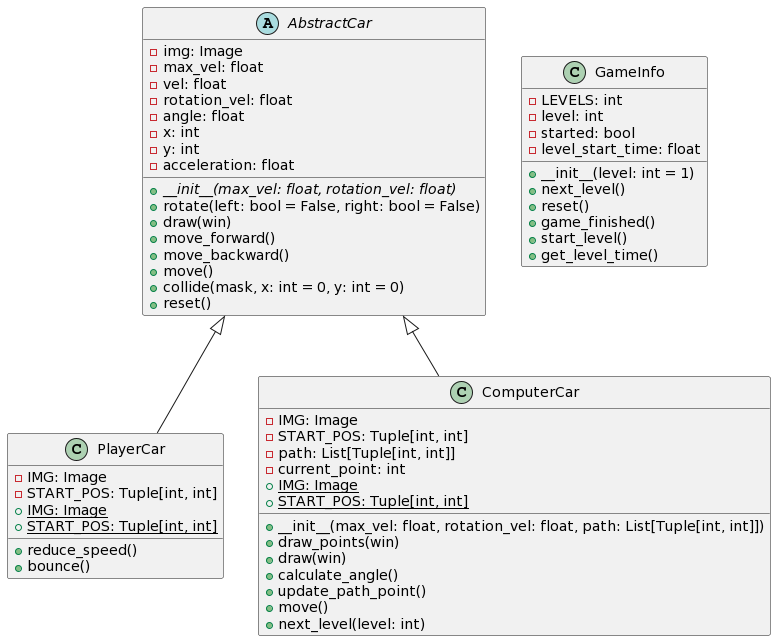
Above: uml-diagrams/Class Diagram.png in Deepshikha1611/CarRaceProject (PlantUML), before the change. Its diagram source:
```plantuml
@startuml
abstract class AbstractCar {
    - img: Image
    - max_vel: float
    - vel: float
    - rotation_vel: float
    - angle: float
    - x: int
    - y: int
    - acceleration: float
    {abstract} + __init__(max_vel: float, rotation_vel: float)
    + rotate(left: bool = False, right: bool = False)
    + draw(win)
    + move_forward()
    + move_backward()
    + move()
    + collide(mask, x: int = 0, y: int = 0)
    + reset()
}

class PlayerCar {
    - IMG: Image
    - START_POS: Tuple[int, int]
    {static} + IMG: Image
    {static} + START_POS: Tuple[int, int]
    + reduce_speed()
    + bounce()
}

class ComputerCar {
    - IMG: Image
    - START_POS: Tuple[int, int]
    - path: List[Tuple[int, int]]
    - current_point: int
    {static} + IMG: Image
    {static} + START_POS: Tuple[int, int]
    + __init__(max_vel: float, rotation_vel: float, path: List[Tuple[int, int]])
    + draw_points(win)
    + draw(win)
    + calculate_angle()
    + update_path_point()
    + move()
    + next_level(level: int)
}

class GameInfo {
    - LEVELS: int
    - level: int
    - started: bool
    - level_start_time: float
    + __init__(level: int = 1)
    + next_level()
    + reset()
    + game_finished()
    + start_level()
    + get_level_time()
}
AbstractCar <|-- PlayerCar
AbstractCar <|-- ComputerCar
@enduml
```
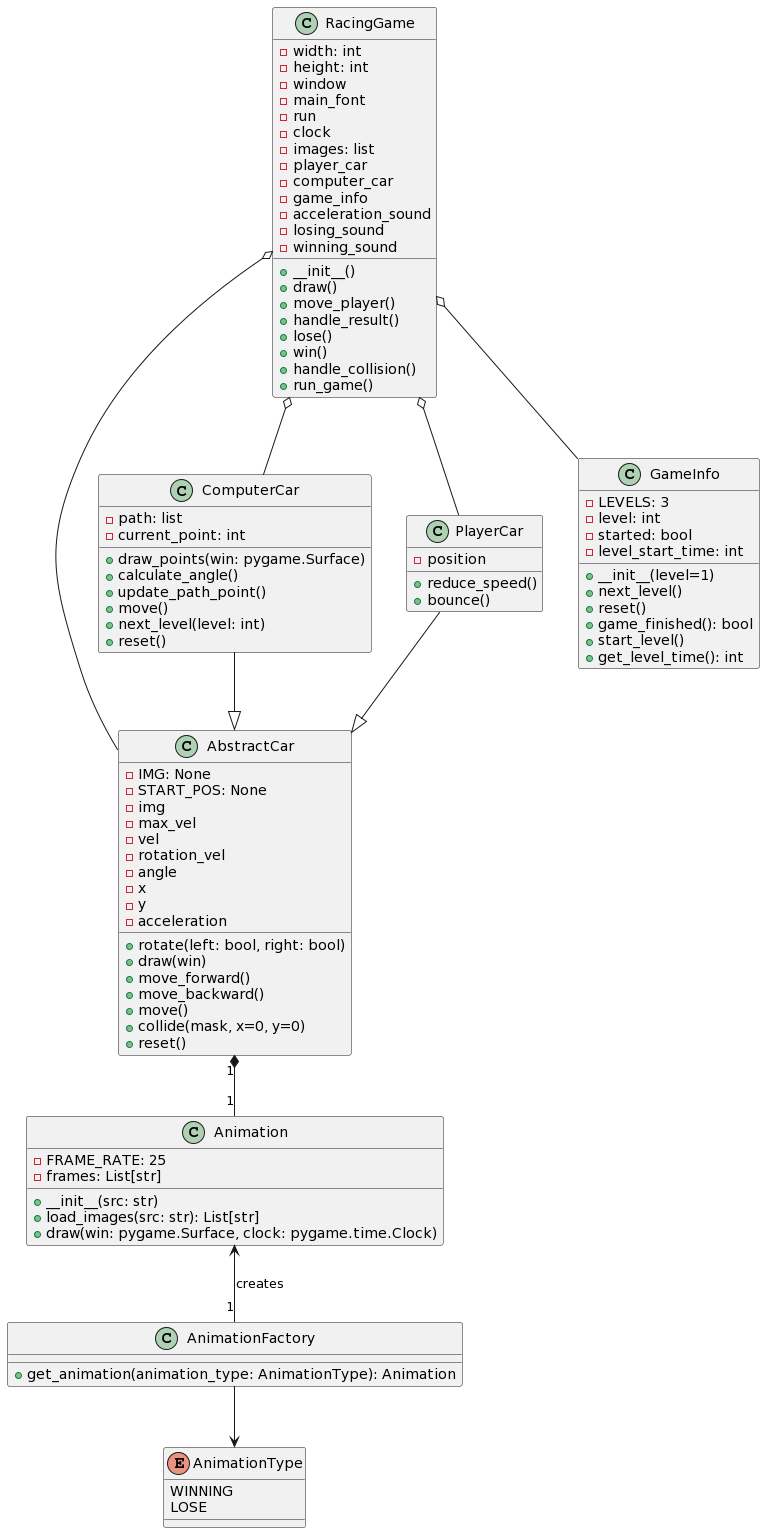
After the commit.

Commit message:
UML Diagrams

The edit, as a diff of the source:
```diff
@@ -1,60 +1,102 @@
 @startuml
-abstract class AbstractCar {
-    - img: Image
-    - max_vel: float
-    - vel: float
-    - rotation_vel: float
-    - angle: float
-    - x: int
-    - y: int
-    - acceleration: float
-    {abstract} + __init__(max_vel: float, rotation_vel: float)
-    + rotate(left: bool = False, right: bool = False)
+class AbstractCar {
+    - IMG: None
+    - START_POS: None
+    - img
+    - max_vel
+    - vel
+    - rotation_vel
+    - angle
+    - x
+    - y
+    - acceleration
+    + rotate(left: bool, right: bool)
     + draw(win)
     + move_forward()
     + move_backward()
     + move()
-    + collide(mask, x: int = 0, y: int = 0)
+    + collide(mask, x=0, y=0)
+    + reset()
+}
+
+class Animation {
+    - FRAME_RATE: 25
+    - frames: List[str]
+    + __init__(src: str)
+    + load_images(src: str): List[str]
+    + draw(win: pygame.Surface, clock: pygame.time.Clock)
+}
+
+enum AnimationType {
+    WINNING
+    LOSE
+}
+
+class AnimationFactory {
+    + get_animation(animation_type: AnimationType): Animation
+}
+
+class ComputerCar {
+    - path: list
+    - current_point: int
+    + draw_points(win: pygame.Surface)
+    + calculate_angle()
+    + update_path_point()
+    + move()
+    + next_level(level: int)
     + reset()
 }
 
 class PlayerCar {
-    - IMG: Image
-    - START_POS: Tuple[int, int]
-    {static} + IMG: Image
-    {static} + START_POS: Tuple[int, int]
+    - position
     + reduce_speed()
     + bounce()
 }
 
-class ComputerCar {
-    - IMG: Image
-    - START_POS: Tuple[int, int]
-    - path: List[Tuple[int, int]]
-    - current_point: int
-    {static} + IMG: Image
-    {static} + START_POS: Tuple[int, int]
-    + __init__(max_vel: float, rotation_vel: float, path: List[Tuple[int, int]])
-    + draw_points(win)
-    + draw(win)
-    + calculate_angle()
-    + update_path_point()
-    + move()
-    + next_level(level: int)
+class GameInfo {
+    - LEVELS: 3
+    - level: int
+    - started: bool
+    - level_start_time: int
+    + __init__(level=1)
+    + next_level()
+    + reset()
+    + game_finished(): bool
+    + start_level()
+    + get_level_time(): int
 }
 
-class GameInfo {
-    - LEVELS: int
-    - level: int
-    - started: bool
-    - level_start_time: float
-    + __init__(level: int = 1)
-    + next_level()
-    + reset()
-    + game_finished()
-    + start_level()
-    + get_level_time()
+class RacingGame {
+    - width: int
+    - height: int
+    - window
+    - main_font
+    - run
+    - clock
+    - images: list
+    - player_car
+    - computer_car
+    - game_info
+    - acceleration_sound
+    - losing_sound
+    - winning_sound
+    + __init__()
+    + draw()
+    + move_player()
+    + handle_result()
+    + lose()
+    + win()
+    + handle_collision()
+    + run_game()
 }
-AbstractCar <|-- PlayerCar
-AbstractCar <|-- ComputerCar
+
+AbstractCar "1" *-- "1" Animation
+Animation <-- "1" AnimationFactory : creates
+AnimationFactory --> AnimationType
+ComputerCar --|> AbstractCar
+PlayerCar --|> AbstractCar
+RacingGame o-- AbstractCar
+RacingGame o-- ComputerCar
+RacingGame o-- PlayerCar
+RacingGame o-- GameInfo
 @enduml
```
